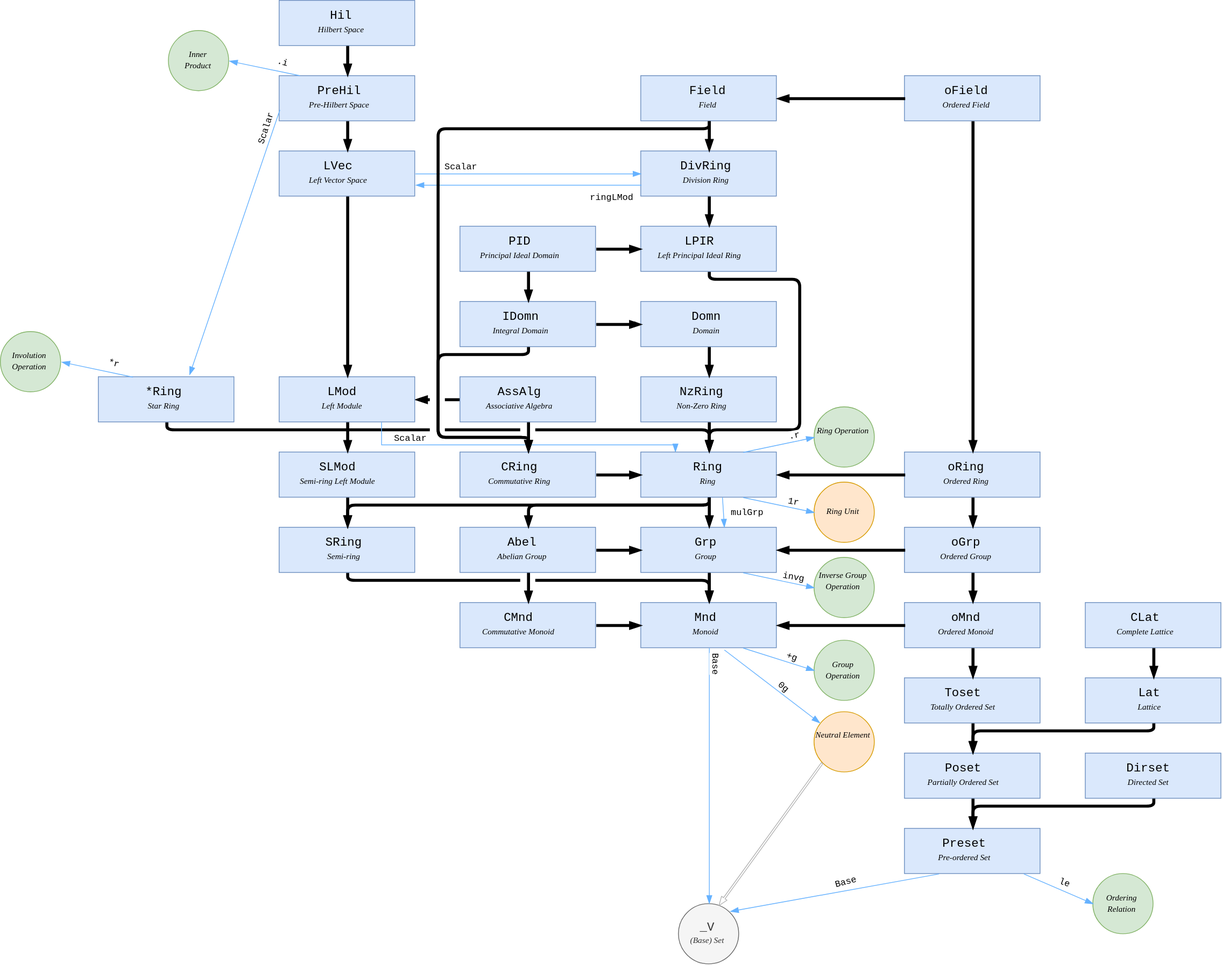
This is _alghierarchy.svg from metamath/set.mm, a draw.io export, as it was before one commit. Source tidied: cells renumbered, new cells last; positions are measured from the earlier drawing's top-left corner, leaving out a move shared by most shapes.
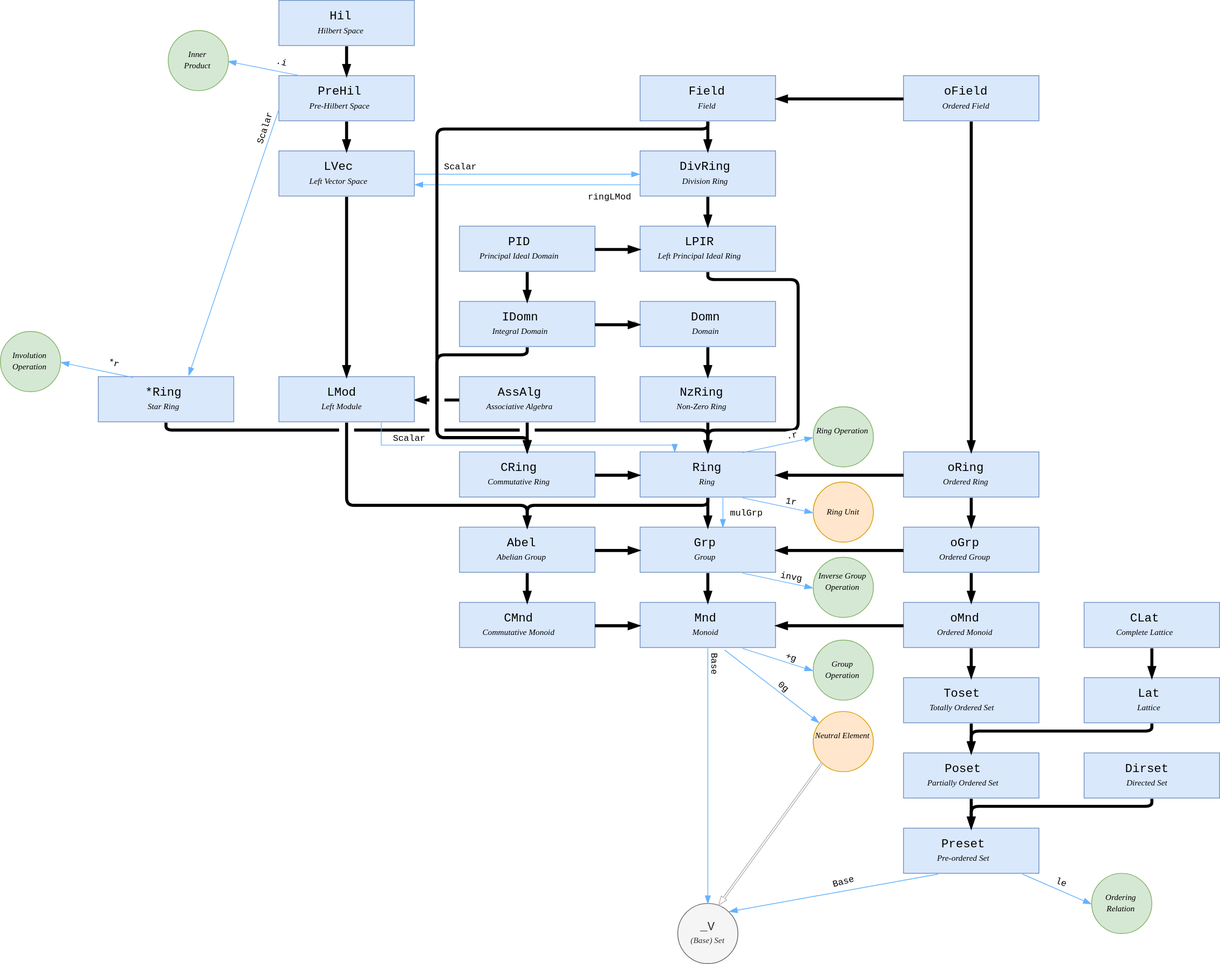
After the change.

Commit message:
Corrected the algebraic structure figure and added notes.

The edit, as a diff of the source:
```diff
@@ -2,17 +2,20 @@
   <root>
     <mxCell id="0" />
     <mxCell id="1" parent="0" />
+    <mxCell id="3" style="endArrow=blockThin;html=1;fontFamily=Courier New;exitX=0.5;exitY=1;strokeWidth=4;endFill=1;entryX=0.5;entryY=0;edgeStyle=orthogonalEdgeStyle;" parent="1" edge="1" source="105" target="20">
+      <mxGeometry relative="1" as="geometry">
+        <Array as="points">
+          <mxPoint x="220" y="570" />
+          <mxPoint x="940" y="570" />
+        </Array>
+      </mxGeometry>
+    </mxCell>
+    <mxCell id="118" style="whiteSpace=wrap;html=1;strokeColor=none;" parent="1" vertex="1">
+      <mxGeometry x="450" y="560" width="20" height="20" as="geometry" />
+    </mxCell>
     <mxCell id="2" style="endArrow=blockThin;html=1;fontFamily=Courier New;strokeWidth=4;endFill=1;edgeStyle=orthogonalEdgeStyle;exitX=0;exitY=0.5;entryX=1;entryY=0.5;" parent="1" edge="1" source="116" target="94">
       <mxGeometry relative="1" as="geometry" />
     </mxCell>
-    <mxCell id="3" style="endArrow=blockThin;html=1;fontFamily=Courier New;exitX=0.5;exitY=1;strokeWidth=4;endFill=1;entryX=0.5;entryY=0;edgeStyle=orthogonalEdgeStyle;" parent="1" edge="1" source="105" target="20">
-      <mxGeometry relative="1" as="geometry">
-        <Array as="points">
-          <mxPoint x="220" y="570" />
-          <mxPoint x="940" y="570" />
-        </Array>
-      </mxGeometry>
-    </mxCell>
     <mxCell id="4" style="whiteSpace=wrap;html=1;strokeColor=none;" parent="1" vertex="1">
       <mxGeometry x="690" y="560" width="20" height="20" as="geometry" />
     </mxCell>
@@ -45,14 +48,6 @@
     <mxCell id="9" style="whiteSpace=wrap;html=1;strokeColor=none;" parent="1" vertex="1">
       <mxGeometry x="570" y="520" width="20" height="40" as="geometry" />
     </mxCell>
-    <mxCell id="10" style="endArrow=blockThin;html=1;fontFamily=Courier New;entryX=0.5;entryY=0;exitX=0.5;exitY=1;strokeWidth=4;endFill=1;edgeStyle=orthogonalEdgeStyle;" parent="1" edge="1" source="75" target="23">
-      <mxGeometry relative="1" as="geometry">
-        <Array as="points">
-          <mxPoint x="460" y="770" />
-          <mxPoint x="940" y="770" />
-        </Array>
-      </mxGeometry>
-    </mxCell>
     <mxCell id="11" style="whiteSpace=wrap;html=1;strokeColor=none;" parent="1" vertex="1">
       <mxGeometry x="690" y="760" width="20" height="20" as="geometry" />
     </mxCell>
@@ -284,23 +279,6 @@
         <mxPoint x="30.5" y="-9" as="offset" />
       </mxGeometry>
     </mxCell>
-    <mxCell id="75" value="&lt;span style=&quot;font-weight: normal&quot;&gt;&lt;font style=&quot;font-size: 16px&quot;&gt;SRing&lt;/font&gt;&lt;/span&gt;&lt;br&gt;&lt;font face=&quot;Verdana&quot; style=&quot;font-weight: normal&quot; size=&quot;1&quot;&gt;&lt;i style=&quot;font-size: 11px&quot;&gt;Semi-ring&lt;br&gt;&lt;/i&gt;&lt;/font&gt;" style="rounded=0;fillColor=#dae8fc;strokeColor=#6c8ebf;shadow=0;fontStyle=1;fontSize=14;fontFamily=Courier New;html=1;" parent="1" vertex="1">
-      <mxGeometry x="370" y="700" width="180" height="60" as="geometry" />
-    </mxCell>
-    <mxCell id="76" value="&lt;span style=&quot;font-weight: normal&quot;&gt;&lt;font style=&quot;font-size: 16px&quot;&gt;SLMod&lt;/font&gt;&lt;/span&gt;&lt;br&gt;&lt;font face=&quot;Verdana&quot; style=&quot;font-weight: normal&quot; size=&quot;1&quot;&gt;&lt;i style=&quot;font-size: 11px&quot;&gt;Semi-ring Left Module&lt;br&gt;&lt;/i&gt;&lt;/font&gt;" style="rounded=0;fillColor=#dae8fc;strokeColor=#6c8ebf;shadow=0;fontStyle=1;fontSize=14;fontFamily=Courier New;html=1;" parent="1" vertex="1">
-      <mxGeometry x="370" y="600" width="180" height="60" as="geometry" />
-    </mxCell>
-    <mxCell id="77" style="endArrow=blockThin;html=1;fontFamily=Courier New;entryX=0.5;entryY=0;strokeWidth=4;endFill=1;edgeStyle=orthogonalEdgeStyle;exitX=0.5;exitY=1;" parent="1" edge="1" source="20" target="75">
-      <mxGeometry relative="1" as="geometry">
-        <Array as="points">
-          <mxPoint x="940" y="670" />
-          <mxPoint x="460" y="670" />
-        </Array>
-      </mxGeometry>
-    </mxCell>
-    <mxCell id="78" style="endArrow=blockThin;html=1;fontFamily=Courier New;entryX=0.5;entryY=0;exitX=0.5;exitY=1;strokeWidth=4;endFill=1;" parent="1" edge="1" source="76" target="75">
-      <mxGeometry relative="1" as="geometry" />
-    </mxCell>
     <mxCell id="79" value="&lt;font style=&quot;font-weight: normal&quot;&gt;&lt;span style=&quot;font-size: 16px&quot;&gt;NzRing&lt;br&gt;&lt;/span&gt;&lt;i style=&quot;font-family: &amp;#34;verdana&amp;#34; ; font-size: 11px&quot;&gt;Non-Zero Ring&lt;/i&gt;&lt;/font&gt;" style="rounded=0;fillColor=#dae8fc;strokeColor=#6c8ebf;shadow=0;fontStyle=1;fontSize=14;fontFamily=Courier New;html=1;" parent="1" vertex="1">
       <mxGeometry x="850" y="500" width="180" height="60" as="geometry" />
     </mxCell>
@@ -361,8 +339,13 @@
     <mxCell id="94" value="&lt;span style=&quot;font-weight: normal&quot;&gt;&lt;font style=&quot;font-size: 16px&quot;&gt;LMod&lt;/font&gt;&lt;/span&gt;&lt;br&gt;&lt;font face=&quot;Verdana&quot; style=&quot;font-weight: normal&quot; size=&quot;1&quot;&gt;&lt;i style=&quot;font-size: 11px&quot;&gt;Left Module&lt;br&gt;&lt;/i&gt;&lt;/font&gt;" style="rounded=0;fillColor=#dae8fc;strokeColor=#6c8ebf;shadow=0;fontStyle=1;fontSize=14;fontFamily=Courier New;html=1;" parent="1" vertex="1">
       <mxGeometry x="370" y="500" width="180" height="60" as="geometry" />
     </mxCell>
-    <mxCell id="95" style="endArrow=blockThin;html=1;fontFamily=Courier New;exitX=0.5;exitY=1;strokeWidth=4;endFill=1;entryX=0.5;entryY=0;" parent="1" edge="1" source="94" target="76">
-      <mxGeometry relative="1" as="geometry" />
+    <mxCell id="95" style="endArrow=blockThin;html=1;fontFamily=Courier New;exitX=0.5;exitY=1;strokeWidth=4;endFill=1;entryX=0.5;entryY=0;edgeStyle=orthogonalEdgeStyle;" parent="1" edge="1" source="94" target="15">
+      <mxGeometry relative="1" as="geometry">
+        <Array as="points">
+          <mxPoint x="460" y="671" />
+          <mxPoint x="700" y="671" />
+        </Array>
+      </mxGeometry>
     </mxCell>
     <mxCell id="96" value="&lt;span style=&quot;font-weight: normal&quot;&gt;&lt;font style=&quot;font-size: 16px&quot;&gt;LVec&lt;/font&gt;&lt;/span&gt;&lt;br&gt;&lt;font face=&quot;Verdana&quot; style=&quot;font-weight: normal&quot; size=&quot;1&quot;&gt;&lt;i style=&quot;font-size: 11px&quot;&gt;Left Vector Space&lt;br&gt;&lt;/i&gt;&lt;/font&gt;" style="rounded=0;fillColor=#dae8fc;strokeColor=#6c8ebf;shadow=0;fontStyle=1;fontSize=14;fontFamily=Courier New;html=1;" parent="1" vertex="1">
       <mxGeometry x="370" y="200" width="180" height="60" as="geometry" />
```
